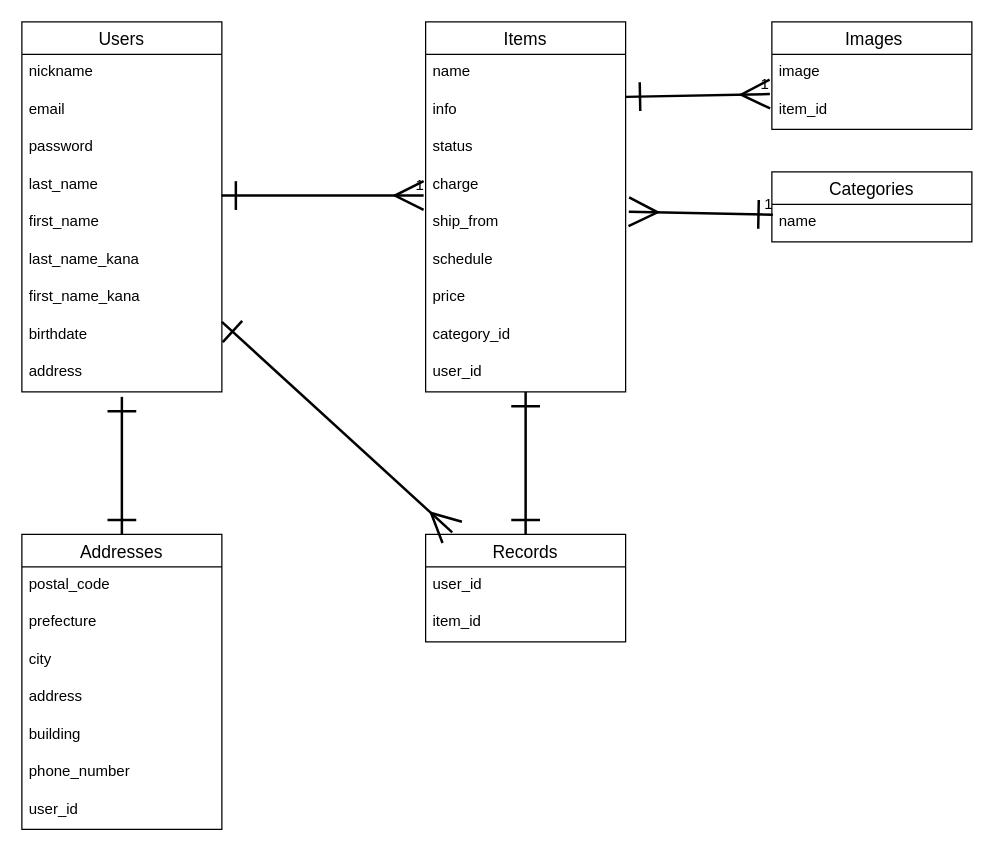
This is ER.dio from ko-dai0102/furima-39821, a draw.io file, before an edit. Source tidied: cells renumbered, new cells numbered last; positions are measured from the earlier drawing's top-left corner, leaving out a move shared by most shapes. Both pictures are drawn from the tidied source at 125%, with x=0, y=0 at pixel (21, 21).
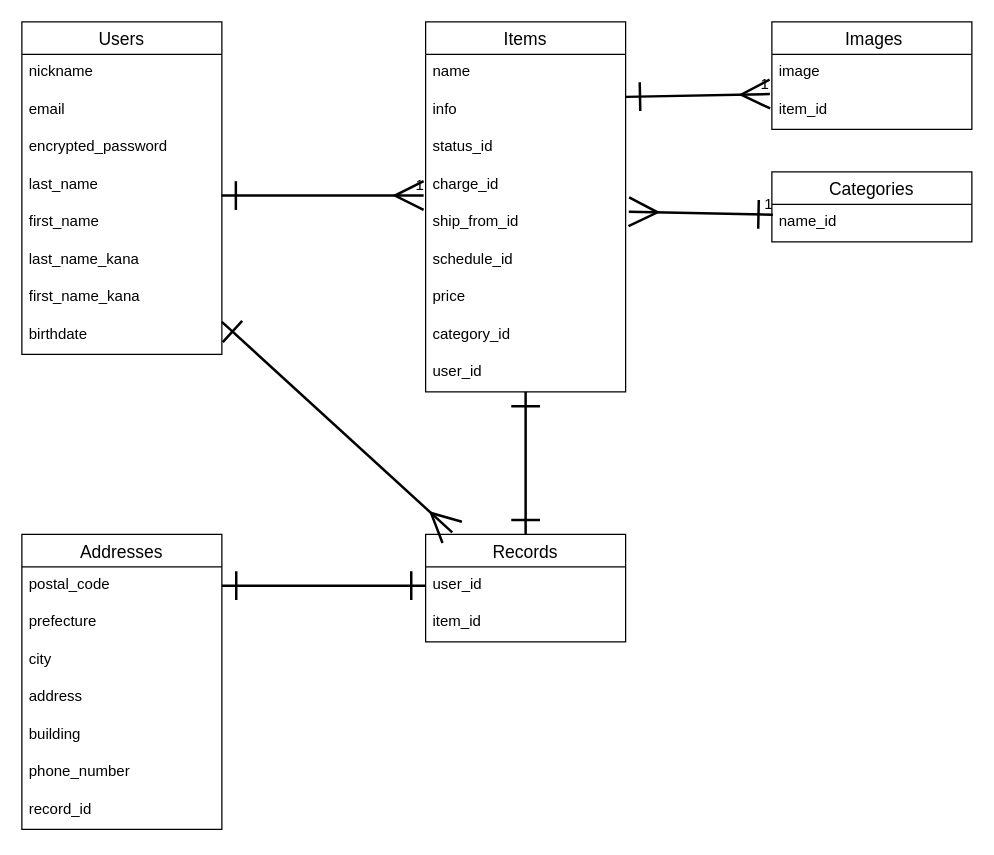
Above is the later version.

Commit message (it also covers changes not shown here):
データベース設計の修正

Unchanged cells that the change refers to:
```xml
<mxCell id="13" value="user_id" style="text;strokeColor=none;fillColor=none;spacingLeft=4;spacingRight=4;overflow=hidden;points=[[0,0.5],[1,0.5]];portConstraint=eastwest;fontSize=12;" parent="12" vertex="1">
  <mxGeometry y="26" width="160" height="30" as="geometry" />
</mxCell>
<mxCell id="15" value="Items" style="swimlane;fontStyle=0;horizontal=1;startSize=26;align=center;fontSize=14;" parent="1" vertex="1">
  <mxGeometry x="323" width="160" height="296" as="geometry" />
</mxCell>
<mxCell id="25" value="Addresses" style="swimlane;fontStyle=0;horizontal=1;startSize=26;align=center;fontSize=14;" parent="1" vertex="1">
  <mxGeometry y="410" width="160" height="236" as="geometry" />
</mxCell>
<mxCell id="26" value="postal_code" style="text;strokeColor=none;fillColor=none;spacingLeft=4;spacingRight=4;overflow=hidden;points=[[0,0.5],[1,0.5]];portConstraint=eastwest;fontSize=12;" parent="25" vertex="1">
  <mxGeometry y="26" width="160" height="30" as="geometry" />
</mxCell>
<mxCell id="35" value="Categories" style="swimlane;fontStyle=0;horizontal=1;startSize=26;align=center;fontSize=14;" parent="1" vertex="1">
  <mxGeometry x="600" y="120" width="160" height="56" as="geometry" />
</mxCell>
```

Diff of the diagram source:
```diff
@@
     <mxCell id="2" value="Users" style="swimlane;fontStyle=0;horizontal=1;startSize=26;align=center;fontSize=14;" parent="1" vertex="1">
-      <mxGeometry width="160" height="296" as="geometry" />
+      <mxGeometry width="160" height="266" as="geometry" />
     </mxCell>
@@
-    <mxCell id="5" value="password" style="text;strokeColor=none;fillColor=none;spacingLeft=4;spacingRight=4;overflow=hidden;fontSize=12;" parent="2" vertex="1">
+    <mxCell id="5" value="encrypted_password" style="text;strokeColor=none;fillColor=none;spacingLeft=4;spacingRight=4;overflow=hidden;fontSize=12;" parent="2" vertex="1">
       <mxGeometry y="86" width="160" height="30" as="geometry" />
     </mxCell>
@@
-    <mxCell id="11" value="address" style="text;strokeColor=none;fillColor=none;spacingLeft=4;spacingRight=4;overflow=hidden;fontSize=12;" parent="2" vertex="1">
-      <mxGeometry y="266" width="160" height="30" as="geometry" />
-    </mxCell>
@@
-    <mxCell id="18" value="status" style="text;strokeColor=none;fillColor=none;spacingLeft=4;spacingRight=4;overflow=hidden;fontSize=12;" parent="15" vertex="1">
+    <mxCell id="18" value="status_id" style="text;strokeColor=none;fillColor=none;spacingLeft=4;spacingRight=4;overflow=hidden;fontSize=12;" parent="15" vertex="1">
       <mxGeometry y="86" width="160" height="30" as="geometry" />
     </mxCell>
-    <mxCell id="19" value="charge" style="text;strokeColor=none;fillColor=none;spacingLeft=4;spacingRight=4;overflow=hidden;points=[[0,0.5],[1,0.5]];portConstraint=eastwest;fontSize=12;" parent="15" vertex="1">
+    <mxCell id="19" value="charge_id" style="text;strokeColor=none;fillColor=none;spacingLeft=4;spacingRight=4;overflow=hidden;points=[[0,0.5],[1,0.5]];portConstraint=eastwest;fontSize=12;" parent="15" vertex="1">
       <mxGeometry y="116" width="160" height="30" as="geometry" />
     </mxCell>
-    <mxCell id="20" value="ship_from" style="text;strokeColor=none;fillColor=none;spacingLeft=4;spacingRight=4;overflow=hidden;points=[[0,0.5],[1,0.5]];portConstraint=eastwest;fontSize=12;" parent="15" vertex="1">
+    <mxCell id="20" value="ship_from_id" style="text;strokeColor=none;fillColor=none;spacingLeft=4;spacingRight=4;overflow=hidden;points=[[0,0.5],[1,0.5]];portConstraint=eastwest;fontSize=12;" parent="15" vertex="1">
       <mxGeometry y="146" width="160" height="30" as="geometry" />
     </mxCell>
-    <mxCell id="21" value="schedule" style="text;strokeColor=none;fillColor=none;spacingLeft=4;spacingRight=4;overflow=hidden;fontSize=12;" parent="15" vertex="1">
+    <mxCell id="21" value="schedule_id" style="text;strokeColor=none;fillColor=none;spacingLeft=4;spacingRight=4;overflow=hidden;fontSize=12;" parent="15" vertex="1">
       <mxGeometry y="176" width="160" height="30" as="geometry" />
     </mxCell>
@@
-    <mxCell id="32" value="user_id" style="text;strokeColor=none;fillColor=none;spacingLeft=4;spacingRight=4;overflow=hidden;fontSize=12;" parent="25" vertex="1">
+    <mxCell id="32" value="record_id" style="text;strokeColor=none;fillColor=none;spacingLeft=4;spacingRight=4;overflow=hidden;fontSize=12;" parent="25" vertex="1">
       <mxGeometry y="206" width="160" height="30" as="geometry" />
     </mxCell>
@@
-    <mxCell id="36" value="name" style="text;strokeColor=none;fillColor=none;spacingLeft=4;spacingRight=4;overflow=hidden;points=[[0,0.5],[1,0.5]];portConstraint=eastwest;fontSize=12;" parent="35" vertex="1">
+    <mxCell id="36" value="name_id" style="text;strokeColor=none;fillColor=none;spacingLeft=4;spacingRight=4;overflow=hidden;points=[[0,0.5],[1,0.5]];portConstraint=eastwest;fontSize=12;" parent="35" vertex="1">
       <mxGeometry y="26" width="160" height="30" as="geometry" />
     </mxCell>
@@
-    <mxCell id="44" style="endArrow=ERone;html=1;rounded=0;startSize=20;sourcePerimeterSpacing=0;endFill=0;endSize=20;startArrow=ERone;startFill=0;strokeWidth=2;entryX=0.5;entryY=0;entryDx=0;entryDy=0;" parent="1" edge="1" target="25">
-      <mxGeometry relative="1" as="geometry">
-        <mxPoint x="80" y="300" as="sourcePoint" />
-      </mxGeometry>
-    </mxCell>
@@
+    <mxCell id="47" style="endArrow=ERone;html=1;rounded=0;startSize=20;sourcePerimeterSpacing=0;endFill=0;endSize=20;startArrow=ERone;startFill=0;strokeWidth=2;entryX=1;entryY=0.5;entryDx=0;entryDy=0;exitX=0;exitY=0.5;exitDx=0;exitDy=0;" parent="1" edge="1" source="13" target="26">
+      <mxGeometry relative="1" as="geometry" />
+    </mxCell>
```
